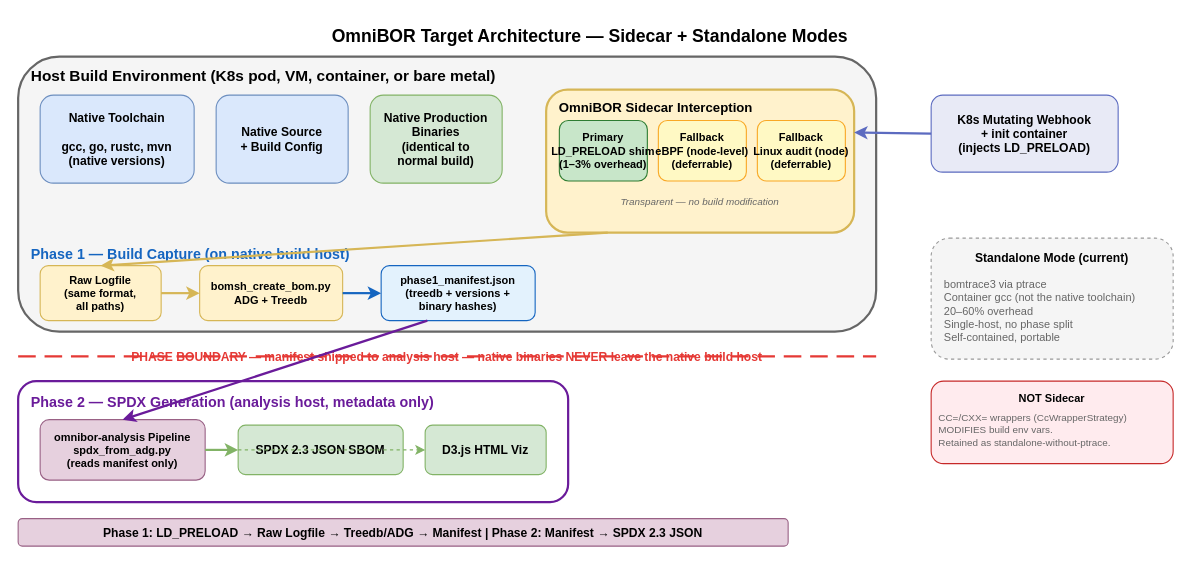
The draw.io diagram docs/sidecar/sidecar-target-architecture.drawio in tedg-dev/bisbom-gen, before the edit. Source tidied: cells renumbered, new cells numbered last; positions are measured from the earlier drawing's top-left corner, leaving out a move shared by most shapes. Both pictures are drawn from the tidied source at 110%, with x=0, y=0 at pixel (18, 18).
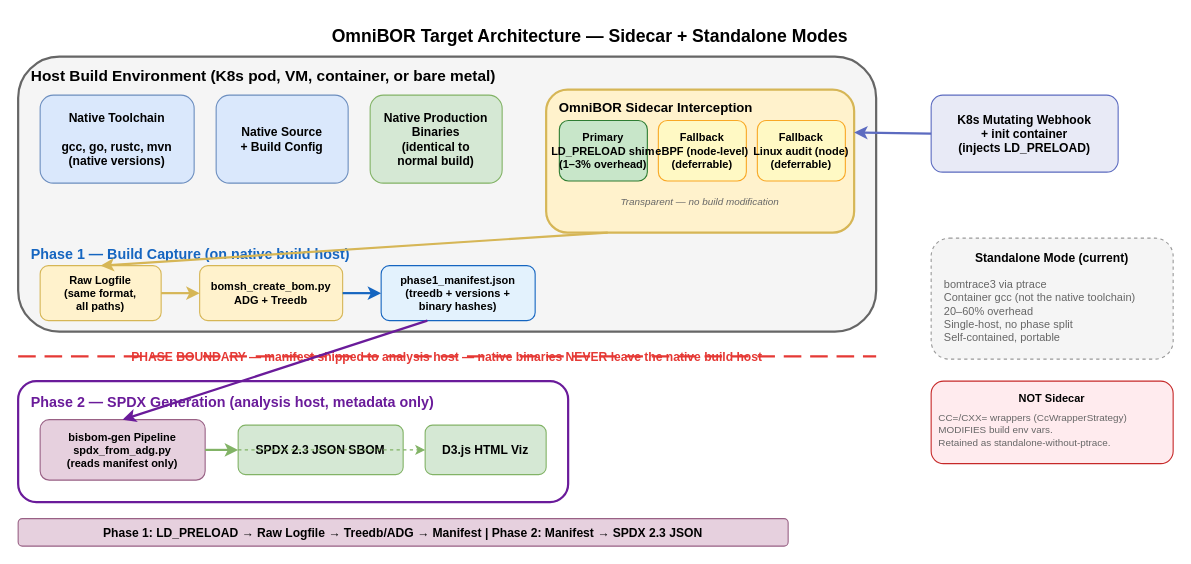
Above is the later version.

Change to the diagram source:
```diff
@@
-    <mxCell id="26" value="omnibor-analysis Pipeline&#10;spdx_from_adg.py&#10;(reads manifest only)" style="rounded=1;fillColor=#e6d0de;strokeColor=#996185;fontSize=10;fontStyle=1;verticalAlign=middle;align=center;" parent="1" vertex="1">
+    <mxCell id="26" value="bisbom-gen Pipeline&#10;spdx_from_adg.py&#10;(reads manifest only)" style="rounded=1;fillColor=#e6d0de;strokeColor=#996185;fontSize=10;fontStyle=1;verticalAlign=middle;align=center;" parent="1" vertex="1">
       <mxGeometry x="20" y="365" width="150" height="55" as="geometry" />
     </mxCell>
```
